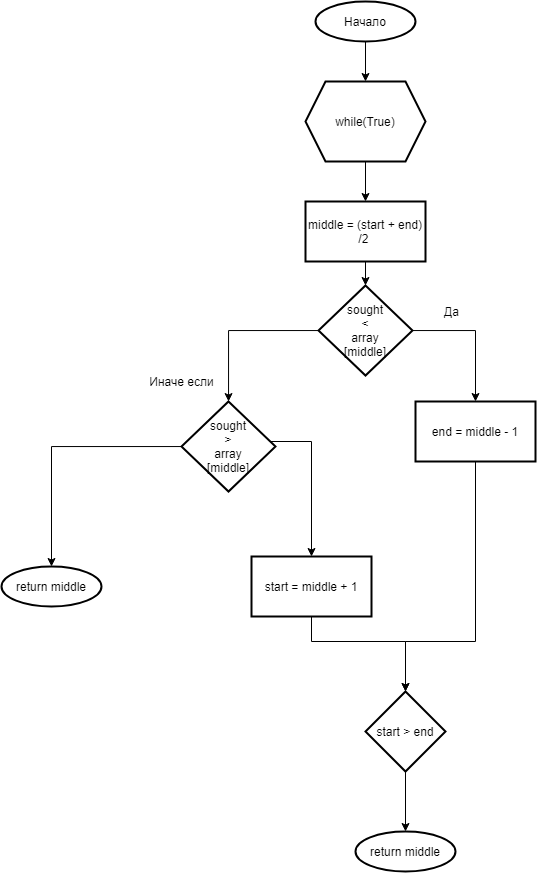
Before: _lab5/_func binarySearch.png, a diagram exported from draw.io (leetrikon/oaip). Source tidied: cells renumbered, new cells last; positions are measured from the earlier drawing's top-left corner, leaving out a move shared by most shapes.
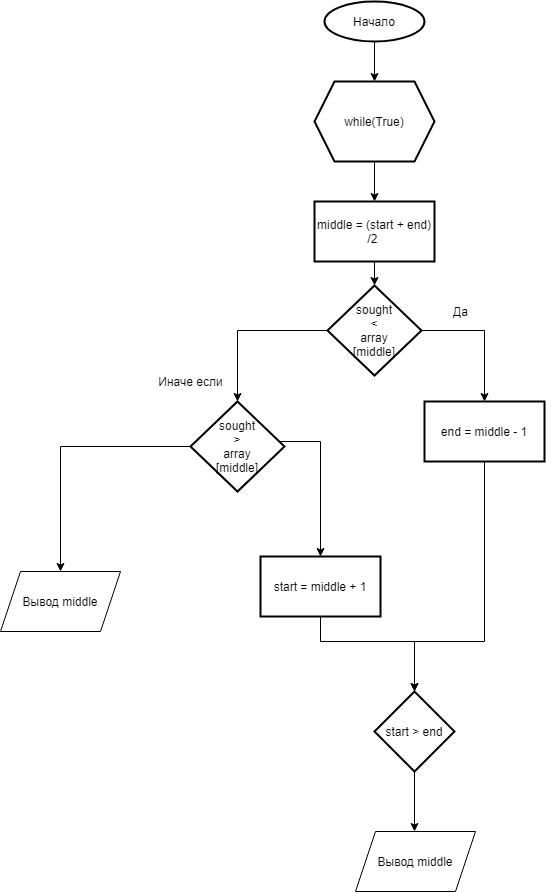
The same diagram one commit later.

What changed in the source:
```diff
@@ -50,8 +50,10 @@
         </Array>
       </mxGeometry>
     </mxCell>
-    <mxCell id="15" style="edgeStyle=orthogonalEdgeStyle;rounded=0;jettySize=auto;html=1;" parent="1" edge="1" source="16" target="20">
-      <mxGeometry relative="1" as="geometry" />
+    <mxCell id="15" style="edgeStyle=orthogonalEdgeStyle;rounded=0;jettySize=auto;html=1;entryX=0.5;entryY=0;entryDx=0;entryDy=0;" parent="1" edge="1" source="16">
+      <mxGeometry relative="1" as="geometry">
+        <mxPoint x="50" y="570" as="targetPoint" />
+      </mxGeometry>
     </mxCell>
     <mxCell id="16" value="sought&lt;br&gt;&amp;gt;&lt;br&gt;array&lt;br&gt;[middle]" style="rhombus;whiteSpace=wrap;html=1;strokeWidth=2;" parent="1" vertex="1">
       <mxGeometry x="180" y="400" width="94" height="90" as="geometry" />
@@ -70,17 +72,19 @@
     <mxCell id="19" value="start = middle + 1" style="whiteSpace=wrap;html=1;strokeWidth=2;" parent="1" vertex="1">
       <mxGeometry x="250" y="555" width="120" height="60" as="geometry" />
     </mxCell>
-    <mxCell id="20" value="return middle" style="strokeWidth=2;html=1;shape=mxgraph.flowchart.start_2;whiteSpace=wrap;" parent="1" vertex="1">
-      <mxGeometry y="565" width="100" height="40" as="geometry" />
-    </mxCell>
-    <mxCell id="21" style="edgeStyle=orthogonalEdgeStyle;rounded=0;jettySize=auto;html=1;" parent="1" edge="1" source="22" target="23">
-      <mxGeometry relative="1" as="geometry" />
+    <mxCell id="21" style="edgeStyle=orthogonalEdgeStyle;rounded=0;jettySize=auto;html=1;" parent="1" edge="1" source="22">
+      <mxGeometry relative="1" as="geometry">
+        <mxPoint x="404" y="830" as="targetPoint" />
+      </mxGeometry>
     </mxCell>
     <mxCell id="22" value="start &amp;gt; end" style="rhombus;whiteSpace=wrap;html=1;strokeWidth=2;" parent="1" vertex="1">
       <mxGeometry x="364" y="690" width="80" height="80" as="geometry" />
     </mxCell>
-    <mxCell id="23" value="return middle" style="strokeWidth=2;html=1;shape=mxgraph.flowchart.start_2;whiteSpace=wrap;" parent="1" vertex="1">
-      <mxGeometry x="354" y="830" width="100" height="40" as="geometry" />
-    </mxCell>
+    <mxCell id="24" value="Вывод middle" style="shape=parallelogram;perimeter=parallelogramPerimeter;whiteSpace=wrap;html=1;fixedSize=1;" parent="1" vertex="1">
+      <mxGeometry x="-10" y="570" width="120" height="60" as="geometry" />
+    </mxCell>
+    <mxCell id="25" value="Вывод middle" style="shape=parallelogram;perimeter=parallelogramPerimeter;whiteSpace=wrap;html=1;fixedSize=1;" parent="1" vertex="1">
+      <mxGeometry x="345" y="830" width="120" height="60" as="geometry" />
+    </mxCell>
   </root>
 </mxGraphModel>
```
